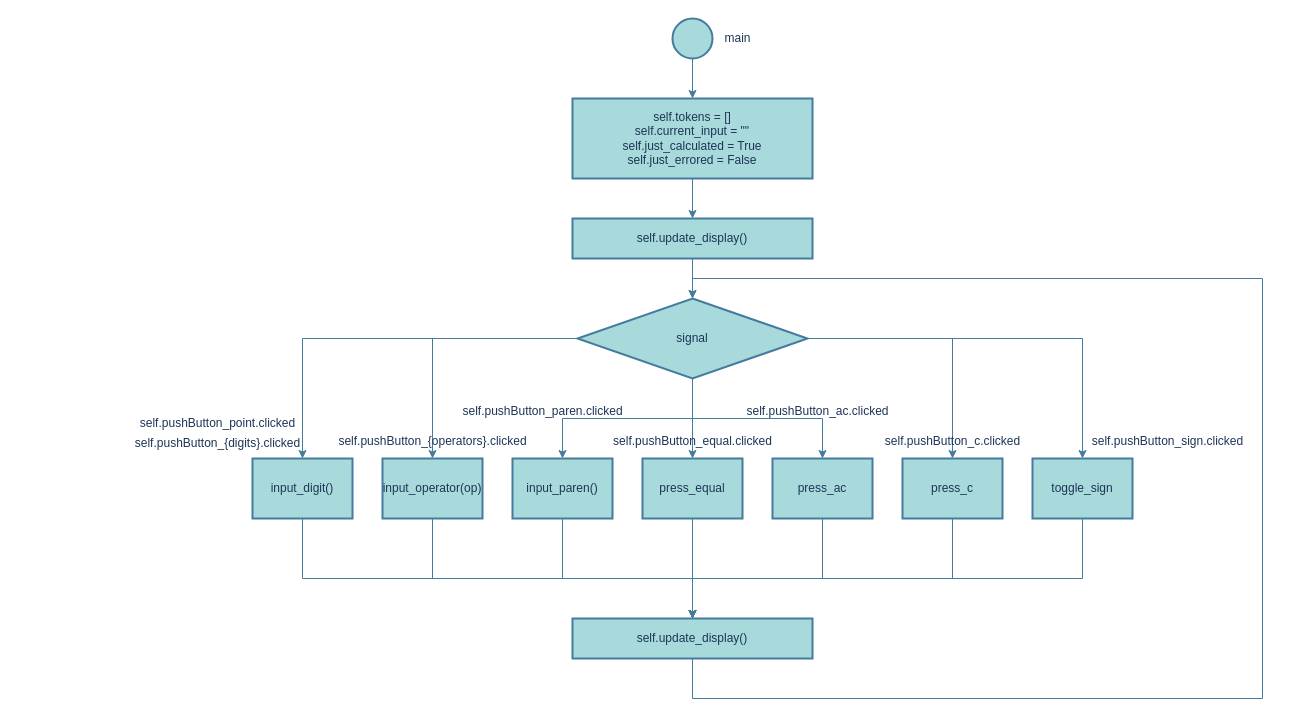
jinhyuk2me/pyqt-calculator keeps this draw.io diagram as flow_chart/main.drawio. Above is the earlier version. Source tidied: cells renumbered, new cells numbered last; positions are measured from the earlier drawing's top-left corner, leaving out a move shared by most shapes. Both pictures are drawn from the tidied source at 100%, with x=0, y=0 at pixel (122, 18).
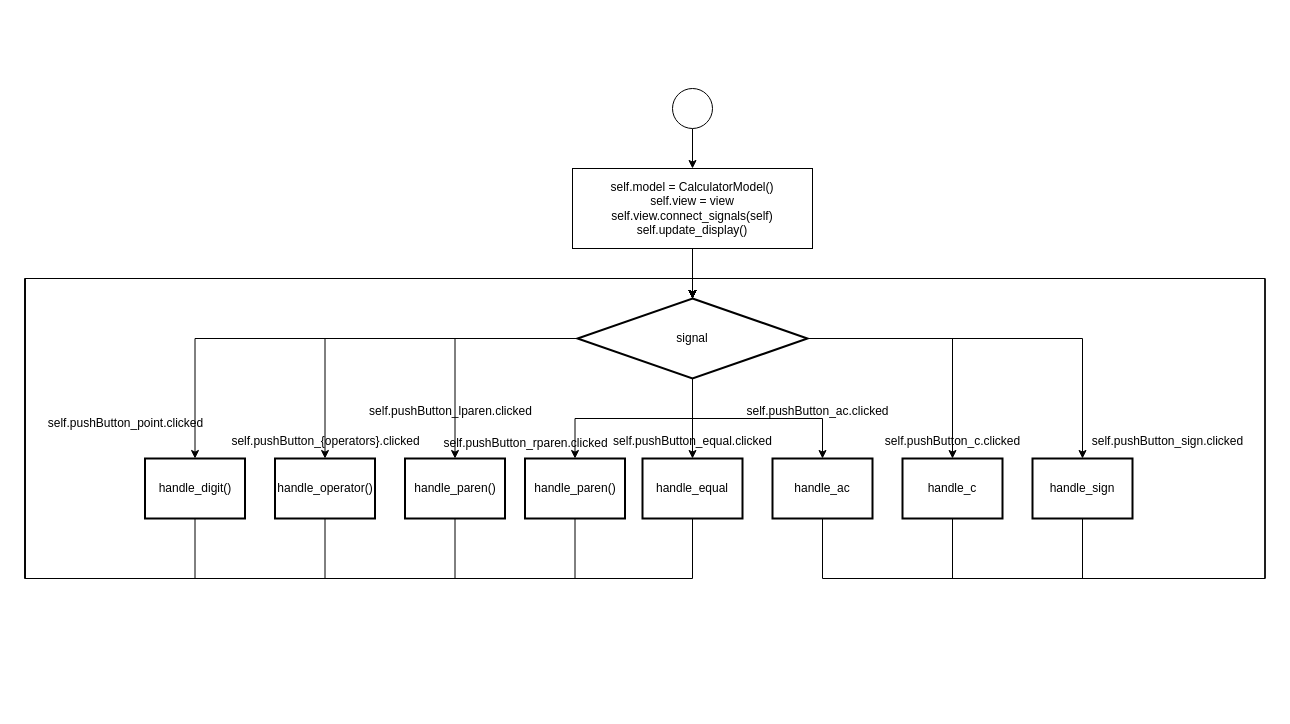
After the change.

Diff of the diagram source:
```diff
@@
-    <mxCell id="2" style="edgeStyle=orthogonalEdgeStyle;rounded=0;jettySize=auto;html=1;strokeColor=#457B9D;fontColor=#1D3557;fillColor=#A8DADC;" parent="1" edge="1" source="3" target="6">
-      <mxGeometry relative="1" as="geometry" />
-    </mxCell>
-    <mxCell id="3" style="strokeWidth=2;html=1;shape=mxgraph.flowchart.start_2;whiteSpace=wrap;labelBackgroundColor=none;fillColor=#A8DADC;strokeColor=#457B9D;fontColor=#1D3557;" parent="1" vertex="1">
-      <mxGeometry x="550" width="40" height="40" as="geometry" />
-    </mxCell>
-    <mxCell id="4" value="main" style="text;html=1;align=center;verticalAlign=middle;strokeColor=none;fillColor=none;fontColor=#1D3557;" parent="1" vertex="1">
-      <mxGeometry x="590" y="5" width="50" height="30" as="geometry" />
-    </mxCell>
-    <mxCell id="5" style="edgeStyle=orthogonalEdgeStyle;rounded=0;jettySize=auto;html=1;strokeColor=#457B9D;fontColor=#1D3557;fillColor=#A8DADC;" parent="1" edge="1" source="6" target="8">
-      <mxGeometry relative="1" as="geometry" />
-    </mxCell>
-    <mxCell id="6" value="self.tokens = []&lt;div&gt;self.current_input = &quot;&quot;&lt;/div&gt;&lt;div&gt;self.just_calculated = True&lt;/div&gt;&lt;div&gt;self.just_errored = False&lt;/div&gt;" style="whiteSpace=wrap;html=1;fillColor=#A8DADC;strokeColor=#457B9D;fontColor=#1D3557;strokeWidth=2;labelBackgroundColor=none;" parent="1" vertex="1">
-      <mxGeometry x="450" y="80" width="240" height="80" as="geometry" />
-    </mxCell>
-    <mxCell id="7" style="edgeStyle=orthogonalEdgeStyle;rounded=0;jettySize=auto;html=1;strokeColor=#457B9D;fontColor=#1D3557;fillColor=#A8DADC;" parent="1" edge="1" source="8" target="15">
-      <mxGeometry relative="1" as="geometry" />
-    </mxCell>
-    <mxCell id="8" value="self.update_display()" style="whiteSpace=wrap;html=1;fillColor=#A8DADC;strokeColor=#457B9D;fontColor=#1D3557;strokeWidth=2;labelBackgroundColor=none;" parent="1" vertex="1">
-      <mxGeometry x="450" y="200" width="240" height="40" as="geometry" />
-    </mxCell>
-    <mxCell id="9" style="edgeStyle=orthogonalEdgeStyle;rounded=0;jettySize=auto;html=1;entryX=0.5;entryY=0;entryDx=0;entryDy=0;strokeColor=#457B9D;fontColor=#1D3557;fillColor=#A8DADC;" parent="1" edge="1" source="15" target="23">
-      <mxGeometry relative="1" as="geometry" />
-    </mxCell>
-    <mxCell id="10" style="edgeStyle=orthogonalEdgeStyle;rounded=0;jettySize=auto;html=1;strokeColor=#457B9D;fontColor=#1D3557;fillColor=#A8DADC;" parent="1" edge="1" source="15" target="17">
-      <mxGeometry relative="1" as="geometry" />
-    </mxCell>
-    <mxCell id="11" style="edgeStyle=orthogonalEdgeStyle;rounded=0;jettySize=auto;html=1;entryX=0.5;entryY=0;entryDx=0;entryDy=0;strokeColor=#457B9D;fontColor=#1D3557;fillColor=#A8DADC;" parent="1" edge="1" source="15" target="19">
-      <mxGeometry relative="1" as="geometry" />
-    </mxCell>
-    <mxCell id="12" style="edgeStyle=orthogonalEdgeStyle;rounded=0;jettySize=auto;html=1;entryX=0.5;entryY=0;entryDx=0;entryDy=0;strokeColor=#457B9D;fontColor=#1D3557;fillColor=#A8DADC;" parent="1" edge="1" source="15" target="21">
-      <mxGeometry relative="1" as="geometry" />
-    </mxCell>
-    <mxCell id="13" style="edgeStyle=orthogonalEdgeStyle;rounded=0;jettySize=auto;html=1;entryX=0.5;entryY=0;entryDx=0;entryDy=0;strokeColor=#457B9D;fontColor=#1D3557;fillColor=#A8DADC;" parent="1" edge="1" source="15" target="25">
-      <mxGeometry relative="1" as="geometry" />
-    </mxCell>
-    <mxCell id="14" style="edgeStyle=orthogonalEdgeStyle;rounded=0;jettySize=auto;html=1;entryX=0.5;entryY=0;entryDx=0;entryDy=0;strokeColor=#457B9D;fontColor=#1D3557;fillColor=#A8DADC;" parent="1" edge="1" source="15" target="27">
-      <mxGeometry relative="1" as="geometry" />
-    </mxCell>
+    <mxCell id="41" style="edgeStyle=orthogonalEdgeStyle;rounded=0;jettySize=auto;html=1;fontSize=12;labelBackgroundColor=none;fontColor=default;" parent="1" edge="1" source="42" target="44">
+      <mxGeometry relative="1" as="geometry" />
+    </mxCell>
+    <mxCell id="42" style="ellipse;whiteSpace=wrap;html=1;fontSize=12;labelBackgroundColor=none;" parent="1" vertex="1">
+      <mxGeometry x="550" y="70" width="40" height="40" as="geometry" />
+    </mxCell>
+    <mxCell id="43" style="edgeStyle=orthogonalEdgeStyle;rounded=0;jettySize=auto;html=1;entryX=0.5;entryY=0;entryDx=0;entryDy=0;labelBackgroundColor=none;fontColor=default;fontSize=12;" parent="1" edge="1" source="44" target="15">
+      <mxGeometry relative="1" as="geometry" />
+    </mxCell>
+    <mxCell id="44" value="self.model = CalculatorModel()&lt;div&gt;self.view = view&lt;/div&gt;&lt;div&gt;self.view.connect_signals(self)&lt;/div&gt;&lt;div&gt;self.update_display()&lt;/div&gt;" style="whiteSpace=wrap;html=1;fontSize=12;labelBackgroundColor=none;" parent="1" vertex="1">
+      <mxGeometry x="450" y="150" width="240" height="80" as="geometry" />
+    </mxCell>
+    <mxCell id="45" style="edgeStyle=orthogonalEdgeStyle;rounded=0;jettySize=auto;html=1;entryX=0.5;entryY=0;entryDx=0;entryDy=0;fontColor=default;labelBackgroundColor=none;fontSize=12;" parent="1" edge="1" source="15" target="59">
+      <mxGeometry relative="1" as="geometry" />
+    </mxCell>
+    <mxCell id="46" style="edgeStyle=orthogonalEdgeStyle;rounded=0;jettySize=auto;html=1;fontColor=default;labelBackgroundColor=none;fontSize=12;" parent="1" edge="1" source="15" target="53">
+      <mxGeometry relative="1" as="geometry" />
+    </mxCell>
+    <mxCell id="47" style="edgeStyle=orthogonalEdgeStyle;rounded=0;jettySize=auto;html=1;entryX=0.5;entryY=0;entryDx=0;entryDy=0;fontColor=default;labelBackgroundColor=none;fontSize=12;" parent="1" edge="1" source="15" target="55">
+      <mxGeometry relative="1" as="geometry" />
+    </mxCell>
+    <mxCell id="48" style="edgeStyle=orthogonalEdgeStyle;rounded=0;jettySize=auto;html=1;entryX=0.5;entryY=0;entryDx=0;entryDy=0;fontColor=default;labelBackgroundColor=none;fontSize=12;" parent="1" edge="1" source="15" target="57">
+      <mxGeometry relative="1" as="geometry" />
+    </mxCell>
+    <mxCell id="49" style="edgeStyle=orthogonalEdgeStyle;rounded=0;jettySize=auto;html=1;entryX=0.5;entryY=0;entryDx=0;entryDy=0;fontColor=default;labelBackgroundColor=none;fontSize=12;" parent="1" edge="1" source="15" target="61">
+      <mxGeometry relative="1" as="geometry" />
+    </mxCell>
+    <mxCell id="50" style="edgeStyle=orthogonalEdgeStyle;rounded=0;jettySize=auto;html=1;entryX=0.5;entryY=0;entryDx=0;entryDy=0;fontColor=default;labelBackgroundColor=none;fontSize=12;" parent="1" edge="1" source="15" target="63">
+      <mxGeometry relative="1" as="geometry" />
+    </mxCell>
+    <mxCell id="51" style="edgeStyle=orthogonalEdgeStyle;rounded=0;jettySize=auto;html=1;entryX=0.5;entryY=0;entryDx=0;entryDy=0;" parent="1" edge="1" source="15" target="69">
+      <mxGeometry relative="1" as="geometry" />
+    </mxCell>
-    <mxCell id="15" value="signal" style="rhombus;whiteSpace=wrap;html=1;fillColor=#A8DADC;strokeColor=#457B9D;fontColor=#1D3557;strokeWidth=2;labelBackgroundColor=none;" parent="1" vertex="1">
+    <mxCell id="15" value="signal" style="rhombus;whiteSpace=wrap;html=1;strokeWidth=2;labelBackgroundColor=none;fontSize=12;" parent="1" vertex="1">
       <mxGeometry x="455" y="280" width="230" height="80" as="geometry" />
     </mxCell>
-    <mxCell id="16" style="edgeStyle=orthogonalEdgeStyle;rounded=0;jettySize=auto;html=1;entryX=0.5;entryY=0;entryDx=0;entryDy=0;strokeColor=#457B9D;fontColor=#1D3557;fillColor=#A8DADC;" parent="1" edge="1" source="17" target="40">
-      <mxGeometry relative="1" as="geometry">
-        <Array as="points">
-          <mxPoint x="180" y="560" />
-          <mxPoint x="570" y="560" />
-        </Array>
-      </mxGeometry>
-    </mxCell>
-    <mxCell id="17" value="input_digit()" style="whiteSpace=wrap;html=1;fillColor=#A8DADC;strokeColor=#457B9D;fontColor=#1D3557;strokeWidth=2;labelBackgroundColor=none;" parent="1" vertex="1">
-      <mxGeometry x="130" y="440" width="100" height="60" as="geometry" />
-    </mxCell>
-    <mxCell id="18" style="edgeStyle=orthogonalEdgeStyle;rounded=0;jettySize=auto;html=1;entryX=0.5;entryY=0;entryDx=0;entryDy=0;strokeColor=#457B9D;fontColor=#1D3557;fillColor=#A8DADC;" parent="1" edge="1" source="19" target="40">
-      <mxGeometry relative="1" as="geometry">
-        <Array as="points">
-          <mxPoint x="310" y="560" />
-          <mxPoint x="570" y="560" />
-        </Array>
-      </mxGeometry>
-    </mxCell>
-    <mxCell id="19" value="input_operator(op)" style="whiteSpace=wrap;html=1;fillColor=#A8DADC;strokeColor=#457B9D;fontColor=#1D3557;strokeWidth=2;labelBackgroundColor=none;" parent="1" vertex="1">
-      <mxGeometry x="260" y="440" width="100" height="60" as="geometry" />
-    </mxCell>
-    <mxCell id="20" style="edgeStyle=orthogonalEdgeStyle;rounded=0;jettySize=auto;html=1;entryX=0.5;entryY=0;entryDx=0;entryDy=0;strokeColor=#457B9D;fontColor=#1D3557;fillColor=#A8DADC;" parent="1" edge="1" source="21" target="40">
-      <mxGeometry relative="1" as="geometry">
-        <Array as="points">
-          <mxPoint x="440" y="560" />
-          <mxPoint x="570" y="560" />
-        </Array>
-      </mxGeometry>
-    </mxCell>
-    <mxCell id="21" value="input_paren()" style="whiteSpace=wrap;html=1;fillColor=#A8DADC;strokeColor=#457B9D;fontColor=#1D3557;strokeWidth=2;labelBackgroundColor=none;" parent="1" vertex="1">
-      <mxGeometry x="390" y="440" width="100" height="60" as="geometry" />
-    </mxCell>
-    <mxCell id="22" style="edgeStyle=orthogonalEdgeStyle;rounded=0;jettySize=auto;html=1;entryX=0.5;entryY=0;entryDx=0;entryDy=0;strokeColor=#457B9D;fontColor=#1D3557;fillColor=#A8DADC;" parent="1" edge="1" source="23" target="40">
-      <mxGeometry relative="1" as="geometry" />
-    </mxCell>
-    <mxCell id="23" value="press_equal" style="whiteSpace=wrap;html=1;fillColor=#A8DADC;strokeColor=#457B9D;fontColor=#1D3557;strokeWidth=2;labelBackgroundColor=none;" parent="1" vertex="1">
-      <mxGeometry x="520" y="440" width="100" height="60" as="geometry" />
-    </mxCell>
-    <mxCell id="24" style="edgeStyle=orthogonalEdgeStyle;rounded=0;jettySize=auto;html=1;entryX=0.5;entryY=0;entryDx=0;entryDy=0;strokeColor=#457B9D;fontColor=#1D3557;fillColor=#A8DADC;" parent="1" edge="1" source="25" target="40">
-      <mxGeometry relative="1" as="geometry">
-        <Array as="points">
-          <mxPoint x="700" y="560" />
-          <mxPoint x="570" y="560" />
-        </Array>
-      </mxGeometry>
-    </mxCell>
-    <mxCell id="25" value="press_ac" style="whiteSpace=wrap;html=1;fillColor=#A8DADC;strokeColor=#457B9D;fontColor=#1D3557;strokeWidth=2;labelBackgroundColor=none;" parent="1" vertex="1">
-      <mxGeometry x="650" y="440" width="100" height="60" as="geometry" />
-    </mxCell>
-    <mxCell id="26" style="edgeStyle=orthogonalEdgeStyle;rounded=0;jettySize=auto;html=1;entryX=0.5;entryY=0;entryDx=0;entryDy=0;strokeColor=#457B9D;fontColor=#1D3557;fillColor=#A8DADC;" parent="1" edge="1" source="27" target="40">
-      <mxGeometry relative="1" as="geometry">
-        <Array as="points">
-          <mxPoint x="830" y="560" />
-          <mxPoint x="570" y="560" />
-        </Array>
-      </mxGeometry>
-    </mxCell>
-    <mxCell id="27" value="press_c" style="whiteSpace=wrap;html=1;fillColor=#A8DADC;strokeColor=#457B9D;fontColor=#1D3557;strokeWidth=2;labelBackgroundColor=none;" parent="1" vertex="1">
-      <mxGeometry x="780" y="440" width="100" height="60" as="geometry" />
-    </mxCell>
-    <mxCell id="28" style="edgeStyle=orthogonalEdgeStyle;rounded=0;jettySize=auto;html=1;entryX=0.5;entryY=0;entryDx=0;entryDy=0;strokeColor=#457B9D;fontColor=#1D3557;fillColor=#A8DADC;" parent="1" edge="1" source="29" target="40">
-      <mxGeometry relative="1" as="geometry">
-        <Array as="points">
-          <mxPoint x="960" y="560" />
-          <mxPoint x="570" y="560" />
-        </Array>
-      </mxGeometry>
-    </mxCell>
-    <mxCell id="29" value="toggle_sign" style="whiteSpace=wrap;html=1;fillColor=#A8DADC;strokeColor=#457B9D;fontColor=#1D3557;strokeWidth=2;labelBackgroundColor=none;" parent="1" vertex="1">
-      <mxGeometry x="910" y="440" width="100" height="60" as="geometry" />
-    </mxCell>
-    <mxCell id="30" style="edgeStyle=orthogonalEdgeStyle;rounded=0;jettySize=auto;html=1;entryX=0.5;entryY=0;entryDx=0;entryDy=0;strokeColor=#457B9D;fontColor=#1D3557;fillColor=#A8DADC;" parent="1" edge="1" source="15" target="29">
-      <mxGeometry relative="1" as="geometry" />
-    </mxCell>
-    <mxCell id="31" value="self.pushButton_{digits}.clicked" style="text;html=1;align=center;verticalAlign=middle;strokeColor=none;fillColor=none;fontColor=#1D3557;" parent="1" vertex="1">
-      <mxGeometry y="410" width="190" height="30" as="geometry" />
-    </mxCell>
+    <mxCell id="52" style="edgeStyle=orthogonalEdgeStyle;rounded=0;jettySize=auto;html=1;entryX=0.5;entryY=0;entryDx=0;entryDy=0;" parent="1" edge="1" source="53" target="15">
+      <mxGeometry relative="1" as="geometry">
+        <Array as="points">
+          <mxPoint x="72.5" y="560" />
+          <mxPoint x="-97.5" y="560" />
+          <mxPoint x="-97.5" y="260" />
+          <mxPoint x="570.5" y="260" />
+        </Array>
+      </mxGeometry>
+    </mxCell>
+    <mxCell id="53" value="handle_digit()" style="whiteSpace=wrap;html=1;strokeWidth=2;labelBackgroundColor=none;fontSize=12;" parent="1" vertex="1">
+      <mxGeometry x="22.5" y="440" width="100" height="60" as="geometry" />
+    </mxCell>
+    <mxCell id="54" style="edgeStyle=orthogonalEdgeStyle;rounded=0;jettySize=auto;html=1;entryX=0.5;entryY=0;entryDx=0;entryDy=0;" parent="1" edge="1" source="55" target="15">
+      <mxGeometry relative="1" as="geometry">
+        <Array as="points">
+          <mxPoint x="202.5" y="560" />
+          <mxPoint x="-97.5" y="560" />
+          <mxPoint x="-97.5" y="260" />
+          <mxPoint x="570.5" y="260" />
+        </Array>
+      </mxGeometry>
+    </mxCell>
+    <mxCell id="55" value="handle_operator()" style="whiteSpace=wrap;html=1;strokeWidth=2;labelBackgroundColor=none;fontSize=12;" parent="1" vertex="1">
+      <mxGeometry x="152.5" y="440" width="100" height="60" as="geometry" />
+    </mxCell>
+    <mxCell id="56" style="edgeStyle=orthogonalEdgeStyle;rounded=0;jettySize=auto;html=1;entryX=0.5;entryY=0;entryDx=0;entryDy=0;" parent="1" edge="1" source="57" target="15">
+      <mxGeometry relative="1" as="geometry">
+        <Array as="points">
+          <mxPoint x="332.5" y="560" />
+          <mxPoint x="-97.5" y="560" />
+          <mxPoint x="-97.5" y="260" />
+          <mxPoint x="570.5" y="260" />
+        </Array>
+      </mxGeometry>
+    </mxCell>
+    <mxCell id="57" value="handle_paren()" style="whiteSpace=wrap;html=1;strokeWidth=2;labelBackgroundColor=none;fontSize=12;" parent="1" vertex="1">
+      <mxGeometry x="282.5" y="440" width="100" height="60" as="geometry" />
+    </mxCell>
+    <mxCell id="58" style="edgeStyle=orthogonalEdgeStyle;rounded=0;jettySize=auto;html=1;entryX=0.5;entryY=0;entryDx=0;entryDy=0;" parent="1" edge="1" source="59" target="15">
+      <mxGeometry relative="1" as="geometry">
+        <Array as="points">
+          <mxPoint x="570.5" y="560" />
+          <mxPoint x="-97.5" y="560" />
+          <mxPoint x="-97.5" y="260" />
+          <mxPoint x="570.5" y="260" />
+        </Array>
+      </mxGeometry>
+    </mxCell>
+    <mxCell id="59" value="handle_equal" style="whiteSpace=wrap;html=1;strokeWidth=2;labelBackgroundColor=none;fontSize=12;" parent="1" vertex="1">
+      <mxGeometry x="520" y="440" width="100" height="60" as="geometry" />
+    </mxCell>
+    <mxCell id="60" style="edgeStyle=orthogonalEdgeStyle;rounded=0;jettySize=auto;html=1;entryX=0.5;entryY=0;entryDx=0;entryDy=0;" parent="1" edge="1" source="61" target="15">
+      <mxGeometry relative="1" as="geometry">
+        <Array as="points">
+          <mxPoint x="700.5" y="560" />
+          <mxPoint x="1142.5" y="560" />
+          <mxPoint x="1142.5" y="260" />
+          <mxPoint x="570.5" y="260" />
+        </Array>
+      </mxGeometry>
+    </mxCell>
+    <mxCell id="61" value="handle_ac" style="whiteSpace=wrap;html=1;strokeWidth=2;labelBackgroundColor=none;fontSize=12;" parent="1" vertex="1">
+      <mxGeometry x="650" y="440" width="100" height="60" as="geometry" />
+    </mxCell>
+    <mxCell id="62" style="edgeStyle=orthogonalEdgeStyle;rounded=0;jettySize=auto;html=1;entryX=0.5;entryY=0;entryDx=0;entryDy=0;" parent="1" edge="1" source="63" target="15">
+      <mxGeometry relative="1" as="geometry">
+        <Array as="points">
+          <mxPoint x="830.5" y="560" />
+          <mxPoint x="1142.5" y="560" />
+          <mxPoint x="1142.5" y="260" />
+          <mxPoint x="570.5" y="260" />
+        </Array>
+      </mxGeometry>
+    </mxCell>
+    <mxCell id="63" value="handle_c" style="whiteSpace=wrap;html=1;strokeWidth=2;labelBackgroundColor=none;fontSize=12;" parent="1" vertex="1">
+      <mxGeometry x="780" y="440" width="100" height="60" as="geometry" />
+    </mxCell>
+    <mxCell id="64" style="edgeStyle=orthogonalEdgeStyle;rounded=0;jettySize=auto;html=1;entryX=0.5;entryY=0;entryDx=0;entryDy=0;" parent="1" edge="1" source="65" target="15">
+      <mxGeometry relative="1" as="geometry">
+        <Array as="points">
+          <mxPoint x="960.5" y="560" />
+          <mxPoint x="1142.5" y="560" />
+          <mxPoint x="1142.5" y="260" />
+          <mxPoint x="570.5" y="260" />
+        </Array>
+      </mxGeometry>
+    </mxCell>
+    <mxCell id="65" value="handle_sign" style="whiteSpace=wrap;html=1;strokeWidth=2;labelBackgroundColor=none;fontSize=12;" parent="1" vertex="1">
+      <mxGeometry x="910" y="440" width="100" height="60" as="geometry" />
+    </mxCell>
+    <mxCell id="66" style="edgeStyle=orthogonalEdgeStyle;rounded=0;jettySize=auto;html=1;entryX=0.5;entryY=0;entryDx=0;entryDy=0;fontColor=default;labelBackgroundColor=none;fontSize=12;" parent="1" edge="1" source="15" target="65">
+      <mxGeometry relative="1" as="geometry" />
+    </mxCell>
-    <mxCell id="32" value="self.pushButton_point.clicked" style="text;html=1;align=center;verticalAlign=middle;strokeColor=none;fillColor=none;fontColor=#1D3557;" parent="1" vertex="1">
-      <mxGeometry x="5" y="390" width="180" height="30" as="geometry" />
+    <mxCell id="32" value="self.pushButton_point.clicked" style="text;html=1;align=center;verticalAlign=middle;strokeColor=none;fillColor=none;labelBackgroundColor=none;fontSize=12;" parent="1" vertex="1">
+      <mxGeometry x="-87.5" y="390" width="180" height="30" as="geometry" />
     </mxCell>
-    <mxCell id="33" value="self.pushButton_{operators}.clicked" style="text;html=1;align=center;verticalAlign=middle;strokeColor=none;fillColor=none;fontColor=#1D3557;" parent="1" vertex="1">
-      <mxGeometry x="205" y="408" width="210" height="30" as="geometry" />
+    <mxCell id="33" value="self.pushButton_{operators}.clicked" style="text;html=1;align=center;verticalAlign=middle;strokeColor=none;fillColor=none;labelBackgroundColor=none;fontSize=12;" parent="1" vertex="1">
+      <mxGeometry x="97.5" y="408" width="210" height="30" as="geometry" />
     </mxCell>
-    <mxCell id="34" value="self.pushButton_paren.clicked" style="text;html=1;align=center;verticalAlign=middle;strokeColor=none;fillColor=none;fontColor=#1D3557;" parent="1" vertex="1">
-      <mxGeometry x="330" y="378" width="180" height="30" as="geometry" />
-    </mxCell>
+    <mxCell id="67" value="self.pushButton_lparen.clicked" style="text;html=1;align=center;verticalAlign=middle;strokeColor=none;fillColor=none;labelBackgroundColor=none;fontSize=12;" parent="1" vertex="1">
+      <mxGeometry x="232.5" y="378" width="190" height="30" as="geometry" />
+    </mxCell>
-    <mxCell id="35" value="self.pushButton_equal.clicked" style="text;html=1;align=center;verticalAlign=middle;strokeColor=none;fillColor=none;fontColor=#1D3557;" parent="1" vertex="1">
+    <mxCell id="35" value="self.pushButton_equal.clicked" style="text;html=1;align=center;verticalAlign=middle;strokeColor=none;fillColor=none;labelBackgroundColor=none;fontSize=12;" parent="1" vertex="1">
       <mxGeometry x="480" y="408" width="180" height="30" as="geometry" />
     </mxCell>
-    <mxCell id="36" value="self.pushButton_ac.clicked" style="text;html=1;align=center;verticalAlign=middle;strokeColor=none;fillColor=none;fontColor=#1D3557;" parent="1" vertex="1">
+    <mxCell id="36" value="self.pushButton_ac.clicked" style="text;html=1;align=center;verticalAlign=middle;strokeColor=none;fillColor=none;labelBackgroundColor=none;fontSize=12;" parent="1" vertex="1">
       <mxGeometry x="610" y="378" width="170" height="30" as="geometry" />
     </mxCell>
-    <mxCell id="37" value="self.pushButton_c.clicked" style="text;html=1;align=center;verticalAlign=middle;strokeColor=none;fillColor=none;fontColor=#1D3557;" parent="1" vertex="1">
+    <mxCell id="37" value="self.pushButton_c.clicked" style="text;html=1;align=center;verticalAlign=middle;strokeColor=none;fillColor=none;labelBackgroundColor=none;fontSize=12;" parent="1" vertex="1">
       <mxGeometry x="750" y="408" width="160" height="30" as="geometry" />
     </mxCell>
-    <mxCell id="38" value="self.pushButton_sign.clicked" style="text;html=1;align=center;verticalAlign=middle;strokeColor=none;fillColor=none;fontColor=#1D3557;" parent="1" vertex="1">
+    <mxCell id="38" value="self.pushButton_sign.clicked" style="text;html=1;align=center;verticalAlign=middle;strokeColor=none;fillColor=none;labelBackgroundColor=none;fontSize=12;" parent="1" vertex="1">
       <mxGeometry x="960" y="408" width="170" height="30" as="geometry" />
     </mxCell>
-    <mxCell id="39" style="edgeStyle=orthogonalEdgeStyle;rounded=0;jettySize=auto;html=1;entryX=0.5;entryY=0;entryDx=0;entryDy=0;strokeColor=#457B9D;fontColor=#1D3557;fillColor=#A8DADC;" parent="1" edge="1" source="40" target="15">
-      <mxGeometry relative="1" as="geometry">
-        <Array as="points">
-          <mxPoint x="570" y="680" />
-          <mxPoint x="1140" y="680" />
-          <mxPoint x="1140" y="260" />
-          <mxPoint x="570" y="260" />
-        </Array>
-      </mxGeometry>
-    </mxCell>
-    <mxCell id="40" value="self.update_display()" style="whiteSpace=wrap;html=1;fillColor=#A8DADC;strokeColor=#457B9D;fontColor=#1D3557;strokeWidth=2;labelBackgroundColor=none;" parent="1" vertex="1">
-      <mxGeometry x="450" y="600" width="240" height="40" as="geometry" />
-    </mxCell>
+    <mxCell id="68" style="edgeStyle=orthogonalEdgeStyle;rounded=0;jettySize=auto;html=1;entryX=0.5;entryY=0;entryDx=0;entryDy=0;" parent="1" edge="1" source="69" target="15">
+      <mxGeometry relative="1" as="geometry">
+        <Array as="points">
+          <mxPoint x="452.5" y="560" />
+          <mxPoint x="-97.5" y="560" />
+          <mxPoint x="-97.5" y="260" />
+          <mxPoint x="570.5" y="260" />
+        </Array>
+      </mxGeometry>
+    </mxCell>
+    <mxCell id="69" value="handle_paren()" style="whiteSpace=wrap;html=1;strokeWidth=2;labelBackgroundColor=none;fontSize=12;" parent="1" vertex="1">
+      <mxGeometry x="402.5" y="440" width="100" height="60" as="geometry" />
+    </mxCell>
+    <mxCell id="70" value="self.pushButton_rparen.clicked" style="text;html=1;align=center;verticalAlign=middle;strokeColor=none;fillColor=none;labelBackgroundColor=none;fontSize=12;" parent="1" vertex="1">
+      <mxGeometry x="307.5" y="410" width="190" height="30" as="geometry" />
+    </mxCell>
```
